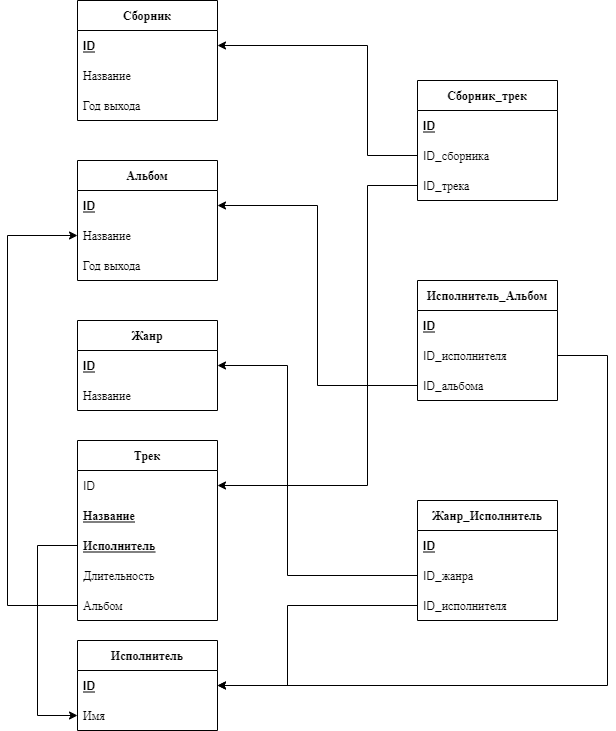
Above: music_site.png in YrChek/Music_site (draw.io), before the change. Source tidied: cells renumbered, new cells last; positions are measured from the earlier drawing's top-left corner, leaving out a move shared by most shapes.
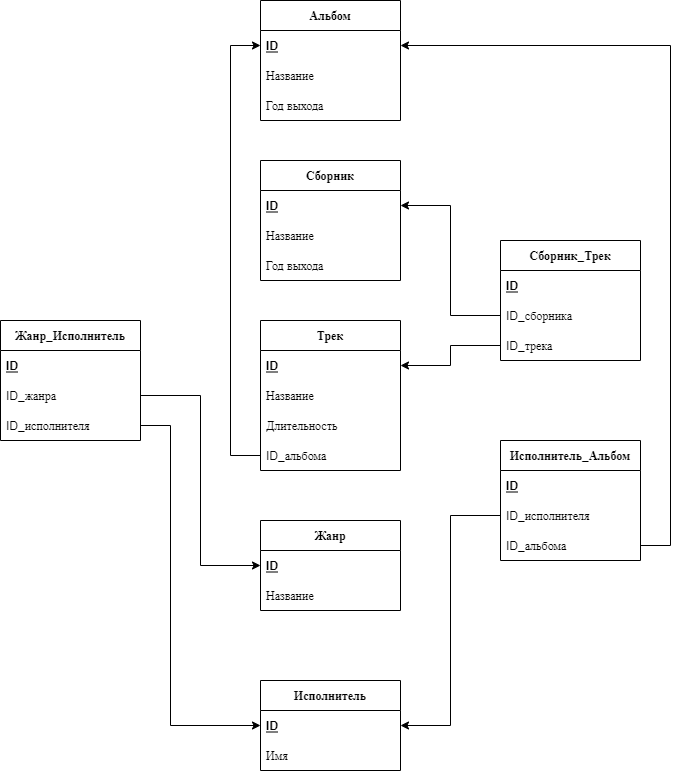
The same diagram one commit later.

Commit message:
Корректировка схемы

What changed in the source:
```diff
@@ -3,7 +3,7 @@
     <mxCell id="0" />
     <mxCell id="1" parent="0" />
     <mxCell id="2" value="Жанр" style="swimlane;fontStyle=1;horizontal=1;startSize=30;" parent="1" vertex="1">
-      <mxGeometry x="70" y="320" width="140" height="90" as="geometry" />
+      <mxGeometry x="240" y="520" width="140" height="90" as="geometry" />
     </mxCell>
     <mxCell id="3" value="ID" style="text;strokeColor=none;fillColor=none;align=left;verticalAlign=middle;spacingLeft=4;spacingRight=4;overflow=hidden;points=[[0,0.5],[1,0.5]];portConstraint=eastwest;fontStyle=5;" parent="2" vertex="1">
       <mxGeometry y="30" width="140" height="30" as="geometry" />
@@ -12,7 +12,7 @@
       <mxGeometry y="60" width="140" height="30" as="geometry" />
     </mxCell>
     <mxCell id="5" value="Исполнитель" style="swimlane;fontStyle=1;horizontal=1;startSize=30;" parent="1" vertex="1">
-      <mxGeometry x="70" y="640" width="140" height="90" as="geometry" />
+      <mxGeometry x="240" y="680" width="140" height="90" as="geometry" />
     </mxCell>
     <mxCell id="6" value="ID" style="text;strokeColor=none;fillColor=none;align=left;verticalAlign=middle;spacingLeft=4;spacingRight=4;overflow=hidden;points=[[0,0.5],[1,0.5]];portConstraint=eastwest;fontStyle=5;" parent="5" vertex="1">
       <mxGeometry y="30" width="140" height="30" as="geometry" />
@@ -21,25 +21,22 @@
       <mxGeometry y="60" width="140" height="30" as="geometry" />
     </mxCell>
     <mxCell id="8" value="Трек" style="swimlane;fontStyle=1;horizontal=1;startSize=30;" parent="1" vertex="1">
-      <mxGeometry x="70" y="440" width="140" height="180" as="geometry" />
+      <mxGeometry x="240" y="320" width="140" height="150" as="geometry" />
     </mxCell>
-    <mxCell id="9" value="ID" style="text;strokeColor=none;fillColor=none;align=left;verticalAlign=middle;spacingLeft=4;spacingRight=4;overflow=hidden;points=[[0,0.5],[1,0.5]];portConstraint=eastwest;fontStyle=0;" parent="8" vertex="1">
+    <mxCell id="9" value="ID" style="text;strokeColor=none;fillColor=none;align=left;verticalAlign=middle;spacingLeft=4;spacingRight=4;overflow=hidden;points=[[0,0.5],[1,0.5]];portConstraint=eastwest;fontStyle=5;" parent="8" vertex="1">
       <mxGeometry y="30" width="140" height="30" as="geometry" />
     </mxCell>
-    <mxCell id="10" value="Название" style="text;strokeColor=none;fillColor=none;align=left;verticalAlign=middle;spacingLeft=4;spacingRight=4;overflow=hidden;fontStyle=5;" parent="8" vertex="1">
+    <mxCell id="10" value="Название" style="text;strokeColor=none;fillColor=none;align=left;verticalAlign=middle;spacingLeft=4;spacingRight=4;overflow=hidden;fontStyle=0;" parent="8" vertex="1">
       <mxGeometry y="60" width="140" height="30" as="geometry" />
     </mxCell>
-    <mxCell id="11" value="Исполнитель" style="text;strokeColor=none;fillColor=none;align=left;verticalAlign=middle;spacingLeft=4;spacingRight=4;overflow=hidden;points=[[0,0.5],[1,0.5]];portConstraint=eastwest;fontStyle=5;" parent="8" vertex="1">
-      <mxGeometry y="90" width="140" height="30" as="geometry" />
-    </mxCell>
     <mxCell id="12" value="Длительность" style="text;strokeColor=none;fillColor=none;align=left;verticalAlign=middle;spacingLeft=4;spacingRight=4;overflow=hidden;" parent="8" vertex="1">
-      <mxGeometry y="120" width="140" height="30" as="geometry" />
+      <mxGeometry y="90" width="140" height="30" as="geometry" />
     </mxCell>
-    <mxCell id="13" value="Альбом" style="text;strokeColor=none;fillColor=none;align=left;verticalAlign=middle;spacingLeft=4;spacingRight=4;overflow=hidden;points=[[0,0.5],[1,0.5]];portConstraint=eastwest;" parent="8" vertex="1">
-      <mxGeometry y="150" width="140" height="30" as="geometry" />
-    </mxCell>
+    <mxCell id="43" value="ID_альбома" style="text;strokeColor=none;fillColor=none;align=left;verticalAlign=middle;spacingLeft=4;spacingRight=4;overflow=hidden;points=[[0,0.5],[1,0.5]];portConstraint=eastwest;" parent="8" vertex="1">
+      <mxGeometry y="120" width="140" height="30" as="geometry" />
+    </mxCell>
     <mxCell id="14" value="Альбом" style="swimlane;fontStyle=1;horizontal=1;startSize=30;" parent="1" vertex="1">
-      <mxGeometry x="70" y="160" width="140" height="120" as="geometry" />
+      <mxGeometry x="240" width="140" height="120" as="geometry" />
     </mxCell>
     <mxCell id="15" value="ID" style="text;strokeColor=none;fillColor=none;align=left;verticalAlign=middle;spacingLeft=4;spacingRight=4;overflow=hidden;points=[[0,0.5],[1,0.5]];portConstraint=eastwest;fontStyle=5;" parent="14" vertex="1">
       <mxGeometry y="30" width="140" height="30" as="geometry" />
@@ -51,110 +48,96 @@
       <mxGeometry y="90" width="140" height="30" as="geometry" />
     </mxCell>
     <mxCell id="18" value="Сборник" style="swimlane;fontStyle=1;horizontal=1;startSize=30;" parent="1" vertex="1">
-      <mxGeometry x="70" width="140" height="120" as="geometry" />
+      <mxGeometry x="240" y="160" width="140" height="120" as="geometry" />
     </mxCell>
     <mxCell id="19" value="ID" style="text;strokeColor=none;fillColor=none;align=left;verticalAlign=middle;spacingLeft=4;spacingRight=4;overflow=hidden;points=[[0,0.5],[1,0.5]];portConstraint=eastwest;fontStyle=5;" parent="18" vertex="1">
       <mxGeometry y="30" width="140" height="30" as="geometry" />
     </mxCell>
-    <mxCell id="20" value="Название" style="text;strokeColor=none;fillColor=none;align=left;verticalAlign=middle;spacingLeft=4;spacingRight=4;overflow=hidden;fontStyle=0;" parent="18" vertex="1">
+    <mxCell id="20" value="Название" style="text;strokeColor=none;fillColor=none;align=left;verticalAlign=middle;spacingLeft=4;spacingRight=4;overflow=hidden;" parent="18" vertex="1">
       <mxGeometry y="60" width="140" height="30" as="geometry" />
     </mxCell>
     <mxCell id="21" value="Год выхода" style="text;strokeColor=none;fillColor=none;align=left;verticalAlign=middle;spacingLeft=4;spacingRight=4;overflow=hidden;" parent="18" vertex="1">
       <mxGeometry y="90" width="140" height="30" as="geometry" />
     </mxCell>
     <mxCell id="22" value="Жанр_Исполнитель" style="swimlane;fontStyle=1;horizontal=1;startSize=30;" parent="1" vertex="1">
-      <mxGeometry x="410" y="500" width="140" height="120" as="geometry" />
+      <mxGeometry x="-20" y="320" width="140" height="120" as="geometry" />
     </mxCell>
-    <mxCell id="23" value="ID" style="text;strokeColor=none;fillColor=none;align=left;verticalAlign=middle;spacingLeft=4;spacingRight=4;overflow=hidden;fontStyle=5;" parent="22" vertex="1">
-      <mxGeometry y="30" width="140" height="30" as="geometry" />
-    </mxCell>
+    <mxCell id="44" value="ID" style="text;strokeColor=none;fillColor=none;align=left;verticalAlign=middle;spacingLeft=4;spacingRight=4;overflow=hidden;fontStyle=5;" parent="22" vertex="1">
+      <mxGeometry y="30" width="140" height="30" as="geometry" />
+    </mxCell>
     <mxCell id="24" value="ID_жанра" style="text;strokeColor=none;fillColor=none;align=left;verticalAlign=middle;spacingLeft=4;spacingRight=4;overflow=hidden;points=[[0,0.5],[1,0.5]];portConstraint=eastwest;fontStyle=0;" parent="22" vertex="1">
       <mxGeometry y="60" width="140" height="30" as="geometry" />
     </mxCell>
     <mxCell id="25" value="ID_исполнителя" style="text;strokeColor=none;fillColor=none;align=left;verticalAlign=middle;spacingLeft=4;spacingRight=4;overflow=hidden;points=[[0,0.5],[1,0.5]];portConstraint=eastwest;" parent="22" vertex="1">
       <mxGeometry y="90" width="140" height="30" as="geometry" />
     </mxCell>
-    <mxCell id="26" value="Сборник_трек" style="swimlane;fontStyle=1;horizontal=1;startSize=30;" parent="1" vertex="1">
-      <mxGeometry x="410" y="80" width="140" height="120" as="geometry" />
-    </mxCell>
-    <mxCell id="27" value="ID" style="text;strokeColor=none;fillColor=none;align=left;verticalAlign=middle;spacingLeft=4;spacingRight=4;overflow=hidden;fontStyle=5;" parent="26" vertex="1">
-      <mxGeometry y="30" width="140" height="30" as="geometry" />
-    </mxCell>
+    <mxCell id="45" style="edgeStyle=orthogonalEdgeStyle;rounded=0;jettySize=auto;html=1;exitX=1;exitY=0.5;exitDx=0;exitDy=0;" parent="1" edge="1" source="x" target="9">
+      <mxGeometry relative="1" as="geometry" />
+    </mxCell>
+    <mxCell id="30" value="Исполнитель_Альбом" style="swimlane;fontStyle=1;horizontal=1;startSize=30;" parent="1" vertex="1">
+      <mxGeometry x="480" y="440" width="140" height="120" as="geometry" />
+    </mxCell>
+    <mxCell id="46" value="ID" style="text;strokeColor=none;fillColor=none;align=left;verticalAlign=middle;spacingLeft=4;spacingRight=4;overflow=hidden;fontStyle=5;" parent="30" vertex="1">
+      <mxGeometry y="30" width="140" height="30" as="geometry" />
+    </mxCell>
+    <mxCell id="32" value="ID_исполнителя" style="text;strokeColor=none;fillColor=none;align=left;verticalAlign=middle;spacingLeft=4;spacingRight=4;overflow=hidden;points=[[0,0.5],[1,0.5]];portConstraint=eastwest;" parent="30" vertex="1">
+      <mxGeometry y="60" width="140" height="30" as="geometry" />
+    </mxCell>
+    <mxCell id="33" value="ID_альбома" style="text;strokeColor=none;fillColor=none;align=left;verticalAlign=middle;spacingLeft=4;spacingRight=4;overflow=hidden;points=[[0,0.5],[1,0.5]];portConstraint=eastwest;" parent="30" vertex="1">
+      <mxGeometry y="90" width="140" height="30" as="geometry" />
+    </mxCell>
+    <mxCell id="47" value="Сборник_Трек" style="swimlane;fontStyle=1;horizontal=1;startSize=30;" parent="1" vertex="1">
+      <mxGeometry x="480" y="240" width="140" height="120" as="geometry" />
+    </mxCell>
+    <mxCell id="48" value="ID" style="text;strokeColor=none;fillColor=none;align=left;verticalAlign=middle;spacingLeft=4;spacingRight=4;overflow=hidden;fontStyle=5;" parent="47" vertex="1">
+      <mxGeometry y="30" width="140" height="30" as="geometry" />
+    </mxCell>
-    <mxCell id="28" value="ID_сборника" style="text;strokeColor=none;fillColor=none;align=left;verticalAlign=middle;spacingLeft=4;spacingRight=4;overflow=hidden;points=[[0,0.5],[1,0.5]];portConstraint=eastwest;fontStyle=0;" parent="26" vertex="1">
+    <mxCell id="28" value="ID_сборника" style="text;strokeColor=none;fillColor=none;align=left;verticalAlign=middle;spacingLeft=4;spacingRight=4;overflow=hidden;points=[[0,0.5],[1,0.5]];portConstraint=eastwest;" parent="47" vertex="1">
       <mxGeometry y="60" width="140" height="30" as="geometry" />
     </mxCell>
-    <mxCell id="29" value="ID_трека" style="text;strokeColor=none;fillColor=none;align=left;verticalAlign=middle;spacingLeft=4;spacingRight=4;overflow=hidden;points=[[0,0.5],[1,0.5]];portConstraint=eastwest;fontStyle=0;" parent="26" vertex="1">
+    <mxCell id="29" value="ID_трека" style="text;strokeColor=none;fillColor=none;align=left;verticalAlign=middle;spacingLeft=4;spacingRight=4;overflow=hidden;points=[[0,0.5],[1,0.5]];portConstraint=eastwest;" parent="47" vertex="1">
       <mxGeometry y="90" width="140" height="30" as="geometry" />
     </mxCell>
-    <mxCell id="30" value="Исполнитель_Альбом" style="swimlane;fontStyle=1;horizontal=1;startSize=30;" parent="1" vertex="1">
-      <mxGeometry x="410" y="280" width="140" height="120" as="geometry" />
-    </mxCell>
-    <mxCell id="31" value="ID" style="text;strokeColor=none;fillColor=none;align=left;verticalAlign=middle;spacingLeft=4;spacingRight=4;overflow=hidden;fontStyle=5;" parent="30" vertex="1">
-      <mxGeometry y="30" width="140" height="30" as="geometry" />
-    </mxCell>
-    <mxCell id="32" value="ID_исполнителя" style="text;strokeColor=none;fillColor=none;align=left;verticalAlign=middle;spacingLeft=4;spacingRight=4;overflow=hidden;points=[[0,0.5],[1,0.5]];portConstraint=eastwest;fontStyle=0;" parent="30" vertex="1">
-      <mxGeometry y="60" width="140" height="30" as="geometry" />
-    </mxCell>
-    <mxCell id="33" value="ID_альбома" style="text;strokeColor=none;fillColor=none;align=left;verticalAlign=middle;spacingLeft=4;spacingRight=4;overflow=hidden;points=[[0,0.5],[1,0.5]];portConstraint=eastwest;" parent="30" vertex="1">
-      <mxGeometry y="90" width="140" height="30" as="geometry" />
-    </mxCell>
-    <mxCell id="34" style="edgeStyle=orthogonalEdgeStyle;rounded=0;jettySize=auto;html=1;exitX=0;exitY=0.5;exitDx=0;exitDy=0;entryX=0;entryY=0.5;entryDx=0;entryDy=0;" parent="1" edge="1" target="16">
-      <mxGeometry relative="1" as="geometry" />
-    </mxCell>
+    <mxCell id="38" style="edgeStyle=orthogonalEdgeStyle;rounded=0;jettySize=auto;html=1;exitX=1;exitY=0.5;exitDx=0;exitDy=0;" parent="1" edge="1" source="25" target="6">
+      <mxGeometry relative="1" as="geometry">
+        <Array as="points">
+          <mxPoint x="150" y="425" />
+          <mxPoint x="150" y="725" />
+        </Array>
+      </mxGeometry>
+    </mxCell>
+    <mxCell id="37" style="edgeStyle=orthogonalEdgeStyle;rounded=0;jettySize=auto;html=1;exitX=1;exitY=0.5;exitDx=0;exitDy=0;" parent="1" edge="1" source="24" target="3">
+      <mxGeometry relative="1" as="geometry">
+        <Array as="points">
+          <mxPoint x="180" y="395" />
+          <mxPoint x="180" y="565" />
+        </Array>
+      </mxGeometry>
+    </mxCell>
+    <mxCell id="41" style="edgeStyle=orthogonalEdgeStyle;rounded=0;jettySize=auto;html=1;exitX=0;exitY=0.5;exitDx=0;exitDy=0;" parent="1" edge="1" source="32" target="6">
+      <mxGeometry relative="1" as="geometry" />
+    </mxCell>
-    <mxCell id="35" style="edgeStyle=elbowEdgeStyle;rounded=0;jettySize=auto;html=1;exitX=0;exitY=0.5;exitDx=0;exitDy=0;" parent="1" edge="1" source="28" target="19">
-      <mxGeometry relative="1" as="geometry">
-        <Array as="points">
-          <mxPoint x="360" y="100" />
-        </Array>
-      </mxGeometry>
+    <mxCell id="35" style="edgeStyle=orthogonalEdgeStyle;rounded=0;jettySize=auto;html=1;exitX=0;exitY=0.5;exitDx=0;exitDy=0;" parent="1" edge="1" source="28" target="19">
+      <mxGeometry relative="1" as="geometry" />
     </mxCell>
-    <mxCell id="36" style="edgeStyle=elbowEdgeStyle;rounded=0;jettySize=auto;html=1;exitX=0;exitY=0.5;exitDx=0;exitDy=0;" parent="1" edge="1" source="11" target="7">
-      <mxGeometry relative="1" as="geometry">
-        <Array as="points">
-          <mxPoint x="30" y="623" />
-        </Array>
-      </mxGeometry>
-    </mxCell>
-    <mxCell id="37" style="edgeStyle=elbowEdgeStyle;rounded=0;jettySize=auto;html=1;exitX=0;exitY=0.5;exitDx=0;exitDy=0;" parent="1" edge="1" source="24" target="3">
-      <mxGeometry relative="1" as="geometry">
-        <Array as="points">
-          <mxPoint x="280" y="530" />
-        </Array>
-      </mxGeometry>
-    </mxCell>
-    <mxCell id="38" style="edgeStyle=elbowEdgeStyle;rounded=0;jettySize=auto;html=1;exitX=0;exitY=0.5;exitDx=0;exitDy=0;" parent="1" edge="1" source="25" target="6">
-      <mxGeometry relative="1" as="geometry">
-        <Array as="points">
-          <mxPoint x="280" y="650" />
-        </Array>
-      </mxGeometry>
-    </mxCell>
     <mxCell id="39" style="edgeStyle=orthogonalEdgeStyle;rounded=0;jettySize=auto;html=1;exitX=0;exitY=0.5;exitDx=0;exitDy=0;" parent="1" edge="1" source="29" target="9">
-      <mxGeometry relative="1" as="geometry">
-        <Array as="points">
-          <mxPoint x="360" y="185" />
-          <mxPoint x="360" y="485" />
-        </Array>
-      </mxGeometry>
+      <mxGeometry relative="1" as="geometry" />
     </mxCell>
-    <mxCell id="40" style="edgeStyle=orthogonalEdgeStyle;rounded=0;jettySize=auto;html=1;exitX=0;exitY=0.5;exitDx=0;exitDy=0;" parent="1" edge="1" source="33" target="15">
-      <mxGeometry relative="1" as="geometry" />
+    <mxCell id="40" style="edgeStyle=orthogonalEdgeStyle;rounded=0;jettySize=auto;html=1;exitX=1;exitY=0.5;exitDx=0;exitDy=0;" parent="1" edge="1" source="33" target="15">
+      <mxGeometry relative="1" as="geometry">
+        <Array as="points">
+          <mxPoint x="650" y="545" />
+          <mxPoint x="650" y="45" />
+        </Array>
+      </mxGeometry>
     </mxCell>
-    <mxCell id="41" style="edgeStyle=orthogonalEdgeStyle;rounded=0;jettySize=auto;html=1;exitX=1;exitY=0.5;exitDx=0;exitDy=0;" parent="1" edge="1" source="32" target="6">
-      <mxGeometry relative="1" as="geometry">
-        <Array as="points">
-          <mxPoint x="600" y="355" />
-          <mxPoint x="600" y="685" />
-        </Array>
-      </mxGeometry>
-    </mxCell>
-    <mxCell id="42" style="edgeStyle=orthogonalEdgeStyle;rounded=0;jettySize=auto;html=1;exitX=0;exitY=0.5;exitDx=0;exitDy=0;entryX=0;entryY=0.5;entryDx=0;entryDy=0;" parent="1" edge="1" source="13" target="16">
-      <mxGeometry relative="1" as="geometry">
-        <Array as="points">
-          <mxPoint y="605" />
-          <mxPoint y="235" />
-        </Array>
-      </mxGeometry>
-    </mxCell>
+    <mxCell id="49" style="edgeStyle=orthogonalEdgeStyle;rounded=0;jettySize=auto;html=1;exitX=0;exitY=0.5;exitDx=0;exitDy=0;entryX=0;entryY=0.5;entryDx=0;entryDy=0;" parent="1" edge="1" source="43" target="15">
+      <mxGeometry relative="1" as="geometry">
+        <Array as="points">
+          <mxPoint x="210" y="455" />
+          <mxPoint x="210" y="45" />
+        </Array>
+      </mxGeometry>
+    </mxCell>
   </root>
 </mxGraphModel>
```
